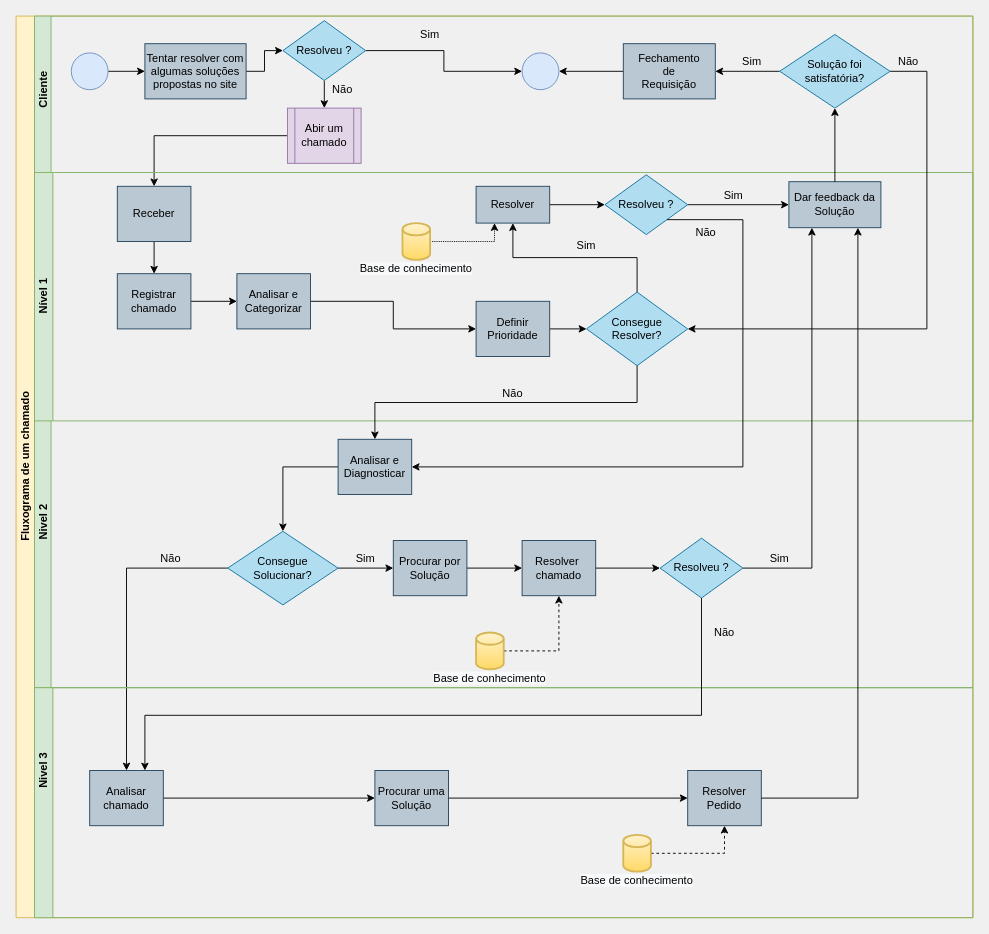
1adsa-grupo10/ArquivosProjeto keeps this draw.io diagram as page "Requisição" (1 of 3) of Ti/Fluxograma TI - corrigido.drawio. Above is the earlier version. Source tidied: cells renumbered, new cells numbered last; positions are measured from the earlier drawing's top-left corner, leaving out a move shared by most shapes. Both pictures are drawn from the tidied source at 92%, with x=0, y=0 at pixel (11, 16).
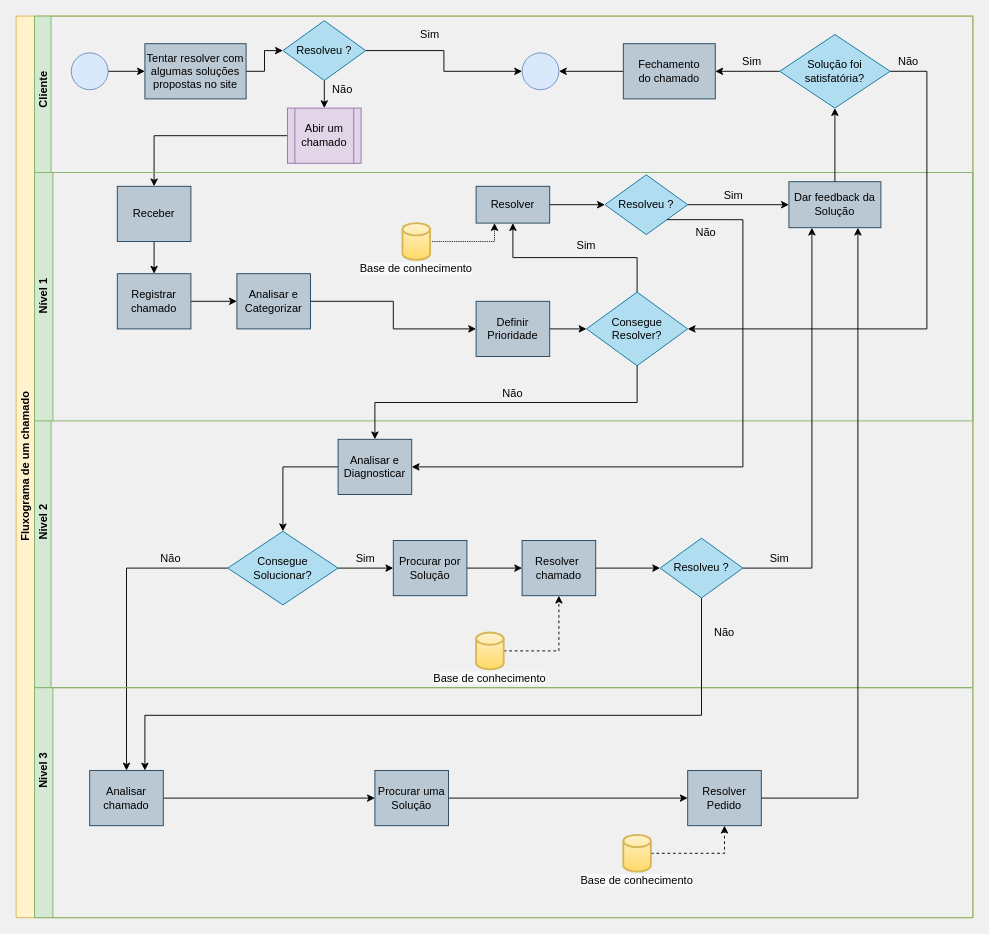
The same page after the edit.

Commit message:
fluxograma do projeto atualizado

Unchanged cells that the change refers to:
```xml
<mxCell id="4" value="Nivel 1" style="swimlane;html=1;startSize=18;horizontal=0;fontFamily=Helvetica;fillColor=#d5e8d4;strokeColor=#82b366;" parent="2" vertex="1">
  <mxGeometry x="20" width="1020" height="730" as="geometry" />
</mxCell>
```

Diff of the diagram source:
```diff
@@
-    <mxCell id="47" value="Fechamento&lt;br&gt;de &lt;br&gt;&lt;div&gt;Requisição&lt;br&gt;&lt;/div&gt;" style="rounded=0;whiteSpace=wrap;html=1;fontFamily=Helvetica;fontSize=12;align=center;fillColor=#bac8d3;strokeColor=#23445d;" parent="4" vertex="1">
+    <mxCell id="47" value="Fechamento&lt;br&gt;do chamado" style="rounded=0;whiteSpace=wrap;html=1;fontFamily=Helvetica;fontSize=12;align=center;fillColor=#bac8d3;strokeColor=#23445d;" parent="4" vertex="1">
       <mxGeometry x="640" y="30" width="100" height="60" as="geometry" />
     </mxCell>
```
